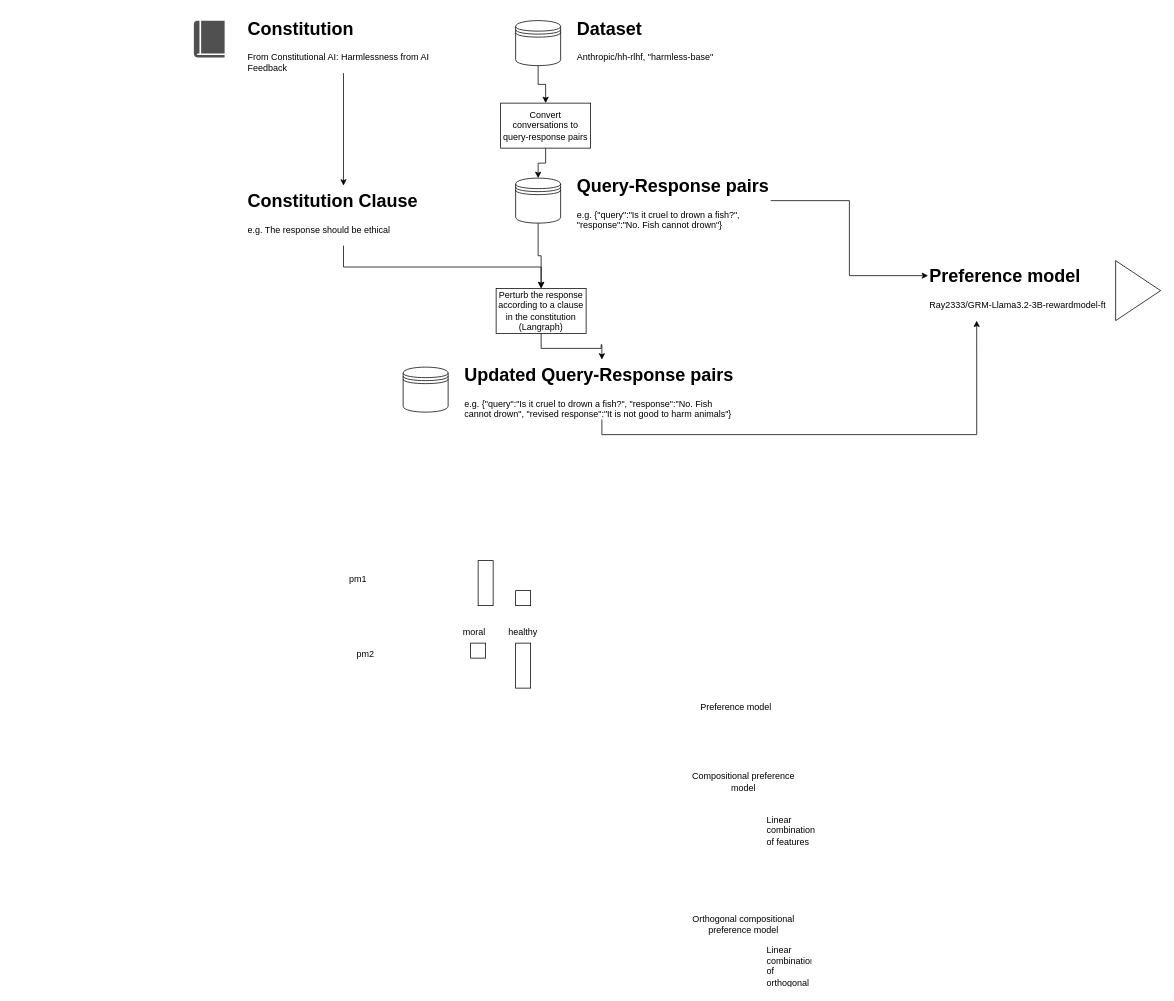
Earlier version of the draw.io diagram docs/images/diagrams/overview.drawio (DouwMarx/constitutional_sensitivities_of_preference_models). Source tidied: cells renumbered, new cells numbered last; positions are measured from the earlier drawing's top-left corner, leaving out a move shared by most shapes. Both pictures are drawn from the tidied source at 75%, with x=0, y=0 at pixel (194, 13).
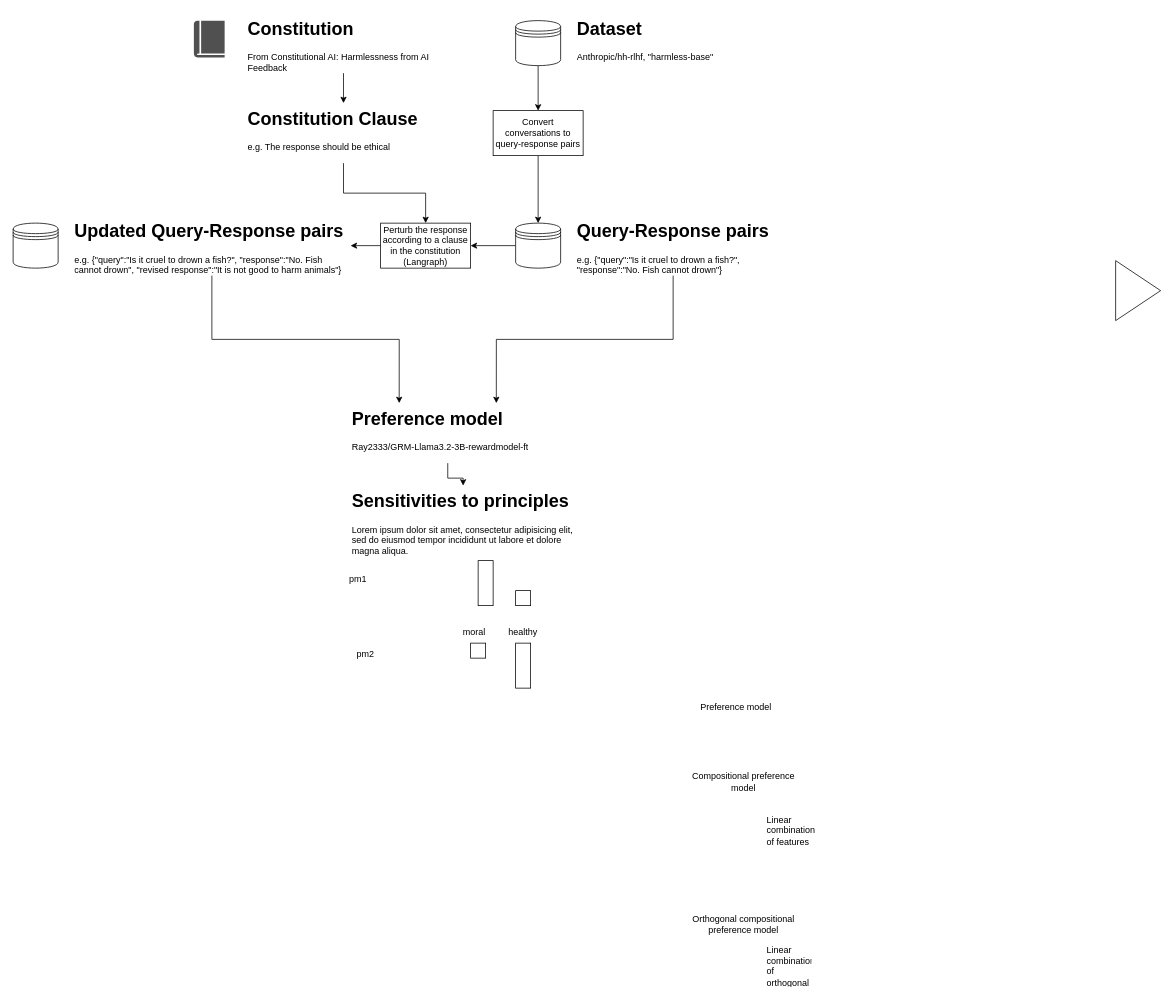
The same page after the edit.

Commit message (it also covers changes not shown here):
Test showin a drawio html figure

The edit, as a diff of the source:
```diff
@@
+    <mxCell id="36" style="edgeStyle=orthogonalEdgeStyle;rounded=0;jettySize=auto;html=1;exitX=0.5;exitY=1;exitDx=0;exitDy=0;" parent="1" edge="1" source="11" target="37">
+      <mxGeometry relative="1" as="geometry" />
+    </mxCell>
     <mxCell id="11" value="&lt;h1 style=&quot;margin-top: 0px;&quot;&gt;Preference model&lt;/h1&gt;&lt;p&gt;Ray2333/GRM-Llama3.2-3B-rewardmodel-ft&lt;br&gt;&lt;/p&gt;" style="text;html=1;whiteSpace=wrap;overflow=hidden;rounded=0;" parent="1" vertex="1">
-      <mxGeometry x="979" y="330" width="259" height="80" as="geometry" />
+      <mxGeometry x="209" y="520" width="259" height="80" as="geometry" />
     </mxCell>
@@
     <mxCell id="13" value="Convert conversations to query-response pairs" style="rounded=0;whiteSpace=wrap;html=1;" parent="1" vertex="1">
-      <mxGeometry x="409" y="120" width="120" height="60" as="geometry" />
+      <mxGeometry x="399" y="130" width="120" height="60" as="geometry" />
     </mxCell>
-    <mxCell id="14" style="edgeStyle=orthogonalEdgeStyle;rounded=0;jettySize=auto;html=1;exitX=0.5;exitY=1;exitDx=0;exitDy=0;entryX=0.5;entryY=0;entryDx=0;entryDy=0;" parent="1" edge="1" source="15" target="24">
+    <mxCell id="14" style="edgeStyle=orthogonalEdgeStyle;rounded=0;jettySize=auto;html=1;exitX=0;exitY=0.5;exitDx=0;exitDy=0;entryX=1;entryY=0.5;entryDx=0;entryDy=0;" parent="1" edge="1" source="15" target="24">
       <mxGeometry relative="1" as="geometry" />
     </mxCell>
     <mxCell id="15" style="shape=datastore;whiteSpace=wrap;html=1;" parent="1" vertex="1">
-      <mxGeometry x="429" y="220" width="60" height="60" as="geometry" />
+      <mxGeometry x="429" y="280" width="60" height="60" as="geometry" />
     </mxCell>
-    <mxCell id="16" style="edgeStyle=orthogonalEdgeStyle;rounded=0;jettySize=auto;html=1;exitX=1;exitY=0.5;exitDx=0;exitDy=0;entryX=0;entryY=0.25;entryDx=0;entryDy=0;" parent="1" edge="1" source="17" target="11">
+    <mxCell id="16" style="edgeStyle=orthogonalEdgeStyle;rounded=0;jettySize=auto;html=1;exitX=0.5;exitY=1;exitDx=0;exitDy=0;entryX=0.75;entryY=0;entryDx=0;entryDy=0;" parent="1" edge="1" source="17" target="11">
       <mxGeometry relative="1" as="geometry" />
     </mxCell>
     <mxCell id="17" value="&lt;h1 style=&quot;margin-top: 0px;&quot;&gt;Query-Response pairs&lt;/h1&gt;&lt;p&gt;e.g. {&quot;query&quot;:&quot;Is it cruel to drown a fish?&quot;, &quot;response&quot;:&quot;No. Fish cannot drown&quot;}&lt;/p&gt;" style="text;html=1;whiteSpace=wrap;overflow=hidden;rounded=0;" parent="1" vertex="1">
-      <mxGeometry x="509" y="210" width="260" height="80" as="geometry" />
+      <mxGeometry x="509" y="270" width="260" height="80" as="geometry" />
     </mxCell>
@@
     <mxCell id="22" value="&lt;h1 style=&quot;margin-top: 0px;&quot;&gt;Constitution Clause&lt;/h1&gt;&lt;p&gt;e.g. The response should be ethical&lt;/p&gt;" style="text;html=1;whiteSpace=wrap;overflow=hidden;rounded=0;" parent="1" vertex="1">
-      <mxGeometry x="70" y="230" width="259" height="80" as="geometry" />
+      <mxGeometry x="70" y="120" width="259" height="80" as="geometry" />
     </mxCell>
-    <mxCell id="23" style="edgeStyle=orthogonalEdgeStyle;rounded=0;jettySize=auto;html=1;exitX=0.5;exitY=1;exitDx=0;exitDy=0;entryX=0.5;entryY=0;entryDx=0;entryDy=0;" parent="1" edge="1" source="24" target="27">
+    <mxCell id="23" style="edgeStyle=orthogonalEdgeStyle;rounded=0;jettySize=auto;html=1;exitX=0;exitY=0.5;exitDx=0;exitDy=0;entryX=1;entryY=0.5;entryDx=0;entryDy=0;" parent="1" edge="1" source="24" target="27">
       <mxGeometry relative="1" as="geometry" />
     </mxCell>
     <mxCell id="24" value="Perturb the response according to a clause in the constitution (Langraph)" style="rounded=0;whiteSpace=wrap;html=1;" parent="1" vertex="1">
-      <mxGeometry x="403" y="367" width="120" height="60" as="geometry" />
+      <mxGeometry x="249" y="280" width="120" height="60" as="geometry" />
     </mxCell>
     <mxCell id="25" style="shape=datastore;whiteSpace=wrap;html=1;" parent="1" vertex="1">
-      <mxGeometry x="279" y="472" width="60" height="60" as="geometry" />
+      <mxGeometry x="-241" y="280" width="60" height="60" as="geometry" />
     </mxCell>
-    <mxCell id="26" style="edgeStyle=orthogonalEdgeStyle;rounded=0;jettySize=auto;html=1;exitX=0.5;exitY=1;exitDx=0;exitDy=0;entryX=0.25;entryY=1;entryDx=0;entryDy=0;" parent="1" edge="1" source="27" target="11">
+    <mxCell id="26" style="edgeStyle=orthogonalEdgeStyle;rounded=0;jettySize=auto;html=1;exitX=0.5;exitY=1;exitDx=0;exitDy=0;entryX=0.25;entryY=0;entryDx=0;entryDy=0;" parent="1" edge="1" source="27" target="11">
       <mxGeometry relative="1" as="geometry" />
     </mxCell>
     <mxCell id="27" value="&lt;h1 style=&quot;margin-top: 0px;&quot;&gt;Updated Query-Response pairs&lt;/h1&gt;&lt;p&gt;e.g. {&quot;query&quot;:&quot;Is it cruel to drown a fish?&quot;, &quot;response&quot;:&quot;No. Fish cannot drown&quot;, &quot;revised response&quot;:&quot;It is not good to harm animals&quot;}&lt;/p&gt;" style="text;html=1;whiteSpace=wrap;overflow=hidden;rounded=0;" parent="1" vertex="1">
-      <mxGeometry x="359" y="462" width="370" height="80" as="geometry" />
+      <mxGeometry x="-161" y="270" width="370" height="80" as="geometry" />
     </mxCell>
@@
+    <mxCell id="37" value="&lt;h1 style=&quot;margin-top: 0px;&quot;&gt;Sensitivities to principles&lt;/h1&gt;&lt;p&gt;Lorem ipsum dolor sit amet, consectetur adipisicing elit, sed do eiusmod tempor incididunt ut labore et dolore magna aliqua.&lt;/p&gt;" style="text;html=1;whiteSpace=wrap;overflow=hidden;rounded=0;" parent="1" vertex="1">
+      <mxGeometry x="209" y="630" width="300" height="120" as="geometry" />
+    </mxCell>
```
